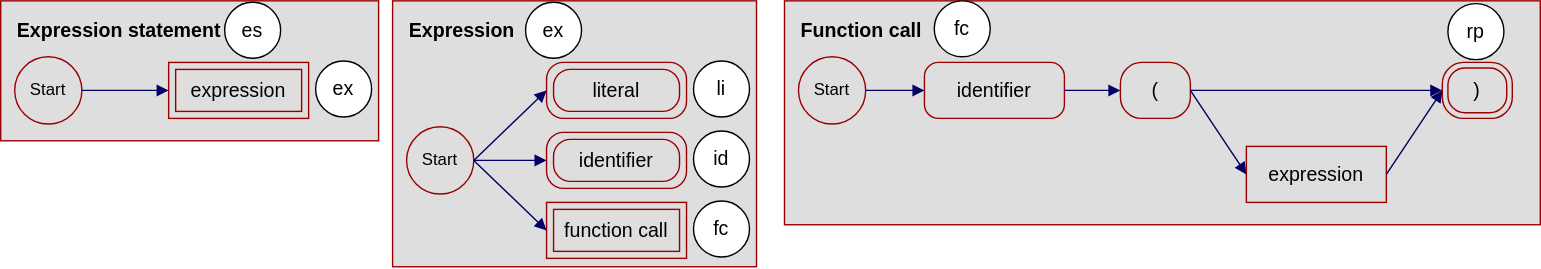
Above: Coursera/University of Alberta/Problem Solving, Python Programming, and Video Games/Week 3/images/call_statements.svg in rogergranada/MOOCs (draw.io), before the change. Source tidied: cells renumbered, new cells last; positions are measured from the earlier drawing's top-left corner, leaving out a move shared by most shapes.
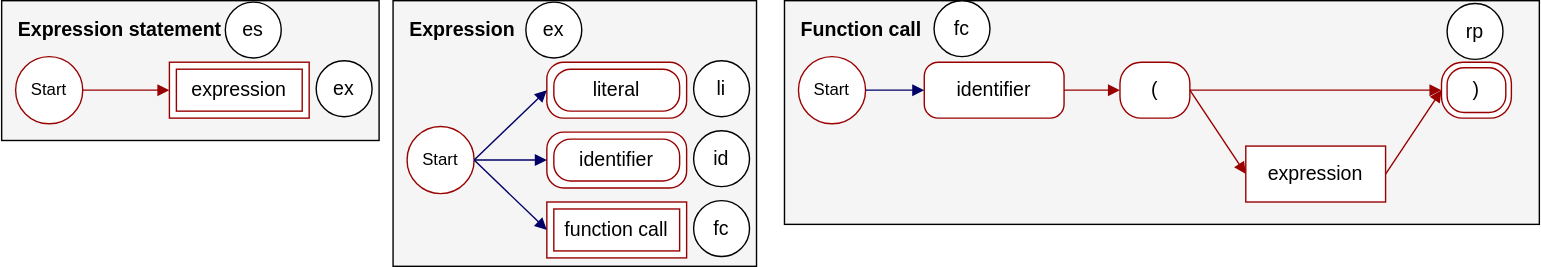
The same file after the commit.

Commit message:
Call statements

What changed in the source:
```diff
@@ -2,99 +2,99 @@
   <root>
     <mxCell id="0" />
     <mxCell id="1" parent="0" />
-    <mxCell id="2" style="rounded=0;whiteSpace=wrap;html=1;strokeColor=#990000;fillColor=#DEDEDE;fontSize=14;align=center;" parent="1" vertex="1">
-      <mxGeometry x="560" width="540" height="160" as="geometry" />
-    </mxCell>
-    <mxCell id="3" style="rounded=0;whiteSpace=wrap;html=1;strokeColor=#990000;fillColor=#DEDEDE;fontSize=14;align=center;" parent="1" vertex="1">
-      <mxGeometry width="270" height="100" as="geometry" />
-    </mxCell>
-    <mxCell id="4" value="Start" style="ellipse;whiteSpace=wrap;html=1;strokeColor=#990000;fillColor=none;" parent="1" vertex="1">
-      <mxGeometry x="10" y="40" width="48" height="48" as="geometry" />
-    </mxCell>
+    <mxCell id="41" style="rounded=0;whiteSpace=wrap;html=1;strokeColor=#000000;fillColor=#F5F5F5;fontSize=14;align=center;" parent="1" vertex="1">
+      <mxGeometry x="560" width="540" height="160" as="geometry" />
+    </mxCell>
+    <mxCell id="42" style="rounded=0;whiteSpace=wrap;html=1;strokeColor=#000000;fillColor=#F5F5F5;fontSize=14;align=center;" parent="1" vertex="1">
+      <mxGeometry width="270" height="100" as="geometry" />
+    </mxCell>
+    <mxCell id="43" value="Start" style="ellipse;whiteSpace=wrap;html=1;strokeColor=#990000;fillColor=#ffffff;" parent="1" vertex="1">
+      <mxGeometry x="10" y="40" width="48" height="48" as="geometry" />
+    </mxCell>
     <mxCell id="5" value="Expression statement" style="text;html=1;strokeColor=none;fillColor=none;align=left;verticalAlign=middle;whiteSpace=wrap;rounded=0;fontSize=14;fontStyle=1;" parent="1" vertex="1">
       <mxGeometry x="10" y="11" width="180" height="20" as="geometry" />
     </mxCell>
-    <mxCell id="6" style="rounded=1;whiteSpace=wrap;html=1;fontSize=14;align=center;arcSize=0;strokeColor=#990000;fillColor=none;" parent="1" vertex="1">
-      <mxGeometry x="120" y="44" width="100" height="40" as="geometry" />
-    </mxCell>
+    <mxCell id="44" style="rounded=1;whiteSpace=wrap;html=1;fontSize=14;align=center;arcSize=0;strokeColor=#990000;" parent="1" vertex="1">
+      <mxGeometry x="120" y="44" width="100" height="40" as="geometry" />
+    </mxCell>
-    <mxCell id="7" value="(" style="rounded=1;whiteSpace=wrap;html=1;fontSize=14;align=center;arcSize=38;strokeColor=#990000;fillColor=none;" parent="1" vertex="1">
+    <mxCell id="7" value="(" style="rounded=1;whiteSpace=wrap;html=1;fontSize=14;align=center;arcSize=38;strokeColor=#990000;" parent="1" vertex="1">
       <mxGeometry x="800" y="44" width="50" height="40" as="geometry" />
     </mxCell>
-    <mxCell id="8" value="expression" style="rounded=1;whiteSpace=wrap;html=1;fontSize=14;align=center;arcSize=0;strokeColor=#990000;fillColor=none;" parent="1" vertex="1">
-      <mxGeometry x="890" y="104" width="100" height="40" as="geometry" />
-    </mxCell>
-    <mxCell id="9" style="rounded=1;whiteSpace=wrap;html=1;fontSize=14;align=center;arcSize=38;strokeColor=#990000;fillColor=none;" parent="1" vertex="1">
-      <mxGeometry x="1030" y="44" width="50" height="40" as="geometry" />
-    </mxCell>
-    <mxCell id="10" style="endArrow=block;html=1;fontSize=14;exitX=1;exitY=0.5;exitDx=0;exitDy=0;entryX=0;entryY=0.5;entryDx=0;entryDy=0;endFill=1;strokeWidth=1;strokeColor=#000066;" parent="1" edge="1" source="4" target="6">
-      <mxGeometry relative="1" as="geometry" />
-    </mxCell>
-    <mxCell id="11" style="endArrow=block;html=1;fontSize=14;exitX=1;exitY=0.5;exitDx=0;exitDy=0;entryX=0;entryY=0.5;entryDx=0;entryDy=0;endFill=1;strokeWidth=1;strokeColor=#000066;" parent="1" edge="1" source="7" target="9">
-      <mxGeometry relative="1" as="geometry" />
-    </mxCell>
-    <mxCell id="12" style="endArrow=block;html=1;fontSize=14;exitX=1;exitY=0.5;exitDx=0;exitDy=0;entryX=0;entryY=0.5;entryDx=0;entryDy=0;endFill=1;strokeWidth=1;strokeColor=#000066;" parent="1" edge="1" source="7" target="8">
-      <mxGeometry relative="1" as="geometry" />
-    </mxCell>
-    <mxCell id="13" style="endArrow=block;html=1;fontSize=14;exitX=1;exitY=0.5;exitDx=0;exitDy=0;entryX=0;entryY=0.5;entryDx=0;entryDy=0;endFill=1;strokeWidth=1;strokeColor=#000066;" parent="1" edge="1" source="8" target="9">
-      <mxGeometry relative="1" as="geometry" />
-    </mxCell>
+    <mxCell id="45" value="expression" style="rounded=1;whiteSpace=wrap;html=1;fontSize=14;align=center;arcSize=0;strokeColor=#990000;" parent="1" vertex="1">
+      <mxGeometry x="890" y="104" width="100" height="40" as="geometry" />
+    </mxCell>
+    <mxCell id="46" style="rounded=1;whiteSpace=wrap;html=1;fontSize=14;align=center;arcSize=38;strokeColor=#990000;" parent="1" vertex="1">
+      <mxGeometry x="1030" y="44" width="50" height="40" as="geometry" />
+    </mxCell>
+    <mxCell id="47" style="endArrow=block;html=1;fontSize=14;exitX=1;exitY=0.5;exitDx=0;exitDy=0;entryX=0;entryY=0.5;entryDx=0;entryDy=0;endFill=1;strokeWidth=1;strokeColor=#990000;" parent="1" edge="1" source="43" target="44">
+      <mxGeometry relative="1" as="geometry" />
+    </mxCell>
+    <mxCell id="48" style="endArrow=block;html=1;fontSize=14;exitX=1;exitY=0.5;exitDx=0;exitDy=0;entryX=0;entryY=0.5;entryDx=0;entryDy=0;endFill=1;strokeWidth=1;strokeColor=#990000;" parent="1" edge="1" source="7" target="46">
+      <mxGeometry relative="1" as="geometry" />
+    </mxCell>
+    <mxCell id="49" style="endArrow=block;html=1;fontSize=14;exitX=1;exitY=0.5;exitDx=0;exitDy=0;entryX=0;entryY=0.5;entryDx=0;entryDy=0;endFill=1;strokeWidth=1;strokeColor=#990000;" parent="1" edge="1" source="7" target="45">
+      <mxGeometry relative="1" as="geometry" />
+    </mxCell>
+    <mxCell id="50" style="endArrow=block;html=1;fontSize=14;exitX=1;exitY=0.5;exitDx=0;exitDy=0;entryX=0;entryY=0.5;entryDx=0;entryDy=0;endFill=1;strokeWidth=1;strokeColor=#990000;" parent="1" edge="1" source="45" target="46">
+      <mxGeometry relative="1" as="geometry" />
+    </mxCell>
-    <mxCell id="14" value=")" style="rounded=1;whiteSpace=wrap;html=1;fontSize=14;align=center;arcSize=38;strokeColor=#990000;fillColor=none;" parent="1" vertex="1">
+    <mxCell id="14" value=")" style="rounded=1;whiteSpace=wrap;html=1;fontSize=14;align=center;arcSize=38;strokeColor=#990000;" parent="1" vertex="1">
       <mxGeometry x="1034" y="48" width="42" height="32" as="geometry" />
     </mxCell>
-    <mxCell id="15" value="expression" style="rounded=1;whiteSpace=wrap;html=1;fontSize=14;align=center;arcSize=0;strokeColor=#990000;fillColor=none;" parent="1" vertex="1">
-      <mxGeometry x="125" y="49" width="90" height="30" as="geometry" />
-    </mxCell>
-    <mxCell id="16" value="Start" style="ellipse;whiteSpace=wrap;html=1;strokeColor=#990000;fillColor=none;" parent="1" vertex="1">
-      <mxGeometry x="570" y="40" width="48" height="48" as="geometry" />
-    </mxCell>
+    <mxCell id="51" value="expression" style="rounded=1;whiteSpace=wrap;html=1;fontSize=14;align=center;arcSize=0;strokeColor=#990000;" parent="1" vertex="1">
+      <mxGeometry x="125" y="49" width="90" height="30" as="geometry" />
+    </mxCell>
+    <mxCell id="52" value="Start" style="ellipse;whiteSpace=wrap;html=1;strokeColor=#990000;fillColor=#ffffff;" parent="1" vertex="1">
+      <mxGeometry x="570" y="40" width="48" height="48" as="geometry" />
+    </mxCell>
     <mxCell id="17" value="Function call" style="text;html=1;strokeColor=none;fillColor=none;align=left;verticalAlign=middle;whiteSpace=wrap;rounded=0;fontSize=14;fontStyle=1;" parent="1" vertex="1">
       <mxGeometry x="570" y="11" width="180" height="20" as="geometry" />
     </mxCell>
-    <mxCell id="18" value="identifier" style="rounded=1;whiteSpace=wrap;html=1;fontSize=14;align=center;arcSize=25;strokeColor=#990000;fillColor=none;" parent="1" vertex="1">
-      <mxGeometry x="660" y="44" width="100" height="40" as="geometry" />
-    </mxCell>
-    <mxCell id="19" style="endArrow=block;html=1;fontSize=14;exitX=1;exitY=0.5;exitDx=0;exitDy=0;entryX=0;entryY=0.5;entryDx=0;entryDy=0;endFill=1;strokeWidth=1;strokeColor=#000066;" parent="1" edge="1" source="16" target="18">
-      <mxGeometry relative="1" as="geometry" />
-    </mxCell>
-    <mxCell id="20" style="endArrow=block;html=1;fontSize=14;exitX=1;exitY=0.5;exitDx=0;exitDy=0;entryX=0;entryY=0.5;entryDx=0;entryDy=0;endFill=1;strokeWidth=1;strokeColor=#000066;" parent="1" edge="1" source="18" target="7">
-      <mxGeometry relative="1" as="geometry" />
-    </mxCell>
-    <mxCell id="21" style="rounded=0;whiteSpace=wrap;html=1;strokeColor=#990000;fillColor=#DEDEDE;fontSize=14;align=center;" parent="1" vertex="1">
-      <mxGeometry x="280" width="260" height="190" as="geometry" />
-    </mxCell>
-    <mxCell id="22" value="Start" style="ellipse;whiteSpace=wrap;html=1;strokeColor=#990000;fillColor=none;" parent="1" vertex="1">
-      <mxGeometry x="290" y="90" width="48" height="48" as="geometry" />
-    </mxCell>
+    <mxCell id="53" value="identifier" style="rounded=1;whiteSpace=wrap;html=1;fontSize=14;align=center;arcSize=25;strokeColor=#990000;" parent="1" vertex="1">
+      <mxGeometry x="660" y="44" width="100" height="40" as="geometry" />
+    </mxCell>
+    <mxCell id="54" style="endArrow=block;html=1;fontSize=14;exitX=1;exitY=0.5;exitDx=0;exitDy=0;entryX=0;entryY=0.5;entryDx=0;entryDy=0;endFill=1;strokeWidth=1;strokeColor=#000066;" parent="1" edge="1" source="52" target="53">
+      <mxGeometry relative="1" as="geometry" />
+    </mxCell>
+    <mxCell id="55" style="endArrow=block;html=1;fontSize=14;exitX=1;exitY=0.5;exitDx=0;exitDy=0;entryX=0;entryY=0.5;entryDx=0;entryDy=0;endFill=1;strokeWidth=1;strokeColor=#990000;" parent="1" edge="1" source="53" target="7">
+      <mxGeometry relative="1" as="geometry" />
+    </mxCell>
+    <mxCell id="56" style="rounded=0;whiteSpace=wrap;html=1;strokeColor=#000000;fillColor=#F5F5F5;fontSize=14;align=center;" parent="1" vertex="1">
+      <mxGeometry x="280" width="260" height="190" as="geometry" />
+    </mxCell>
+    <mxCell id="57" value="Start" style="ellipse;whiteSpace=wrap;html=1;strokeColor=#990000;fillColor=#ffffff;" parent="1" vertex="1">
+      <mxGeometry x="290" y="90" width="48" height="48" as="geometry" />
+    </mxCell>
     <mxCell id="23" value="Expression" style="text;html=1;strokeColor=none;fillColor=none;align=left;verticalAlign=middle;whiteSpace=wrap;rounded=0;fontSize=14;fontStyle=1;" parent="1" vertex="1">
       <mxGeometry x="290" y="11" width="180" height="20" as="geometry" />
     </mxCell>
-    <mxCell id="24" style="rounded=1;whiteSpace=wrap;html=1;fontSize=14;align=center;arcSize=30;strokeColor=#990000;fillColor=none;" parent="1" vertex="1">
-      <mxGeometry x="390" y="44" width="100" height="40" as="geometry" />
-    </mxCell>
-    <mxCell id="25" style="endArrow=block;html=1;fontSize=14;exitX=1;exitY=0.5;exitDx=0;exitDy=0;entryX=0;entryY=0.5;entryDx=0;entryDy=0;endFill=1;strokeWidth=1;strokeColor=#000066;" parent="1" edge="1" source="22" target="24">
-      <mxGeometry relative="1" as="geometry" />
-    </mxCell>
+    <mxCell id="58" style="rounded=1;whiteSpace=wrap;html=1;fontSize=14;align=center;arcSize=30;strokeColor=#990000;fillColor=#ffffff;" parent="1" vertex="1">
+      <mxGeometry x="390" y="44" width="100" height="40" as="geometry" />
+    </mxCell>
+    <mxCell id="59" style="endArrow=block;html=1;fontSize=14;exitX=1;exitY=0.5;exitDx=0;exitDy=0;entryX=0;entryY=0.5;entryDx=0;entryDy=0;endFill=1;strokeWidth=1;strokeColor=#000066;" parent="1" edge="1" source="57" target="58">
+      <mxGeometry relative="1" as="geometry" />
+    </mxCell>
-    <mxCell id="26" value="literal" style="rounded=1;whiteSpace=wrap;html=1;fontSize=14;align=center;arcSize=40;strokeColor=#990000;fillColor=none;" parent="1" vertex="1">
+    <mxCell id="26" value="literal" style="rounded=1;whiteSpace=wrap;html=1;fontSize=14;align=center;arcSize=40;strokeColor=#990000;fillColor=#ffffff;" parent="1" vertex="1">
       <mxGeometry x="395" y="49" width="90" height="30" as="geometry" />
     </mxCell>
-    <mxCell id="27" style="rounded=1;whiteSpace=wrap;html=1;fontSize=14;align=center;arcSize=30;strokeColor=#990000;fillColor=none;" parent="1" vertex="1">
-      <mxGeometry x="390" y="94" width="100" height="40" as="geometry" />
-    </mxCell>
-    <mxCell id="28" value="identifier" style="rounded=1;whiteSpace=wrap;html=1;fontSize=14;align=center;arcSize=40;strokeColor=#990000;fillColor=none;" parent="1" vertex="1">
-      <mxGeometry x="395" y="99" width="90" height="30" as="geometry" />
-    </mxCell>
-    <mxCell id="29" style="rounded=1;whiteSpace=wrap;html=1;fontSize=14;align=center;arcSize=0;strokeColor=#990000;fillColor=none;" parent="1" vertex="1">
-      <mxGeometry x="390" y="144" width="100" height="40" as="geometry" />
-    </mxCell>
+    <mxCell id="60" style="rounded=1;whiteSpace=wrap;html=1;fontSize=14;align=center;arcSize=30;strokeColor=#990000;fillColor=#ffffff;" parent="1" vertex="1">
+      <mxGeometry x="390" y="94" width="100" height="40" as="geometry" />
+    </mxCell>
+    <mxCell id="61" value="identifier" style="rounded=1;whiteSpace=wrap;html=1;fontSize=14;align=center;arcSize=40;strokeColor=#990000;fillColor=#ffffff;" parent="1" vertex="1">
+      <mxGeometry x="395" y="99" width="90" height="30" as="geometry" />
+    </mxCell>
+    <mxCell id="62" style="rounded=1;whiteSpace=wrap;html=1;fontSize=14;align=center;arcSize=0;strokeColor=#990000;fillColor=#ffffff;" parent="1" vertex="1">
+      <mxGeometry x="390" y="144" width="100" height="40" as="geometry" />
+    </mxCell>
-    <mxCell id="30" value="function call" style="rounded=1;whiteSpace=wrap;html=1;fontSize=14;align=center;arcSize=0;strokeColor=#990000;fillColor=none;" parent="1" vertex="1">
+    <mxCell id="30" value="function call" style="rounded=1;whiteSpace=wrap;html=1;fontSize=14;align=center;arcSize=0;strokeColor=#990000;fillColor=#ffffff;" parent="1" vertex="1">
       <mxGeometry x="395" y="149" width="90" height="30" as="geometry" />
     </mxCell>
-    <mxCell id="31" style="endArrow=block;html=1;fontSize=14;exitX=1;exitY=0.5;exitDx=0;exitDy=0;entryX=0;entryY=0.5;entryDx=0;entryDy=0;endFill=1;strokeWidth=1;strokeColor=#000066;" parent="1" edge="1" source="22" target="29">
-      <mxGeometry relative="1" as="geometry" />
-    </mxCell>
-    <mxCell id="32" style="endArrow=block;html=1;fontSize=14;exitX=1;exitY=0.5;exitDx=0;exitDy=0;entryX=0;entryY=0.5;entryDx=0;entryDy=0;endFill=1;strokeWidth=1;strokeColor=#000066;" parent="1" edge="1" source="22" target="27">
-      <mxGeometry relative="1" as="geometry" />
-    </mxCell>
+    <mxCell id="63" style="endArrow=block;html=1;fontSize=14;exitX=1;exitY=0.5;exitDx=0;exitDy=0;entryX=0;entryY=0.5;entryDx=0;entryDy=0;endFill=1;strokeWidth=1;strokeColor=#000066;" parent="1" edge="1" source="57" target="62">
+      <mxGeometry relative="1" as="geometry" />
+    </mxCell>
+    <mxCell id="64" style="endArrow=block;html=1;fontSize=14;exitX=1;exitY=0.5;exitDx=0;exitDy=0;entryX=0;entryY=0.5;entryDx=0;entryDy=0;endFill=1;strokeWidth=1;strokeColor=#000066;" parent="1" edge="1" source="57" target="60">
+      <mxGeometry relative="1" as="geometry" />
+    </mxCell>
     <mxCell id="33" value="es" style="ellipse;whiteSpace=wrap;html=1;strokeColor=#000000;fillColor=#ffffff;fontSize=14;align=center;" parent="1" vertex="1">
       <mxGeometry x="160" y="1" width="40" height="40" as="geometry" />
     </mxCell>
```
